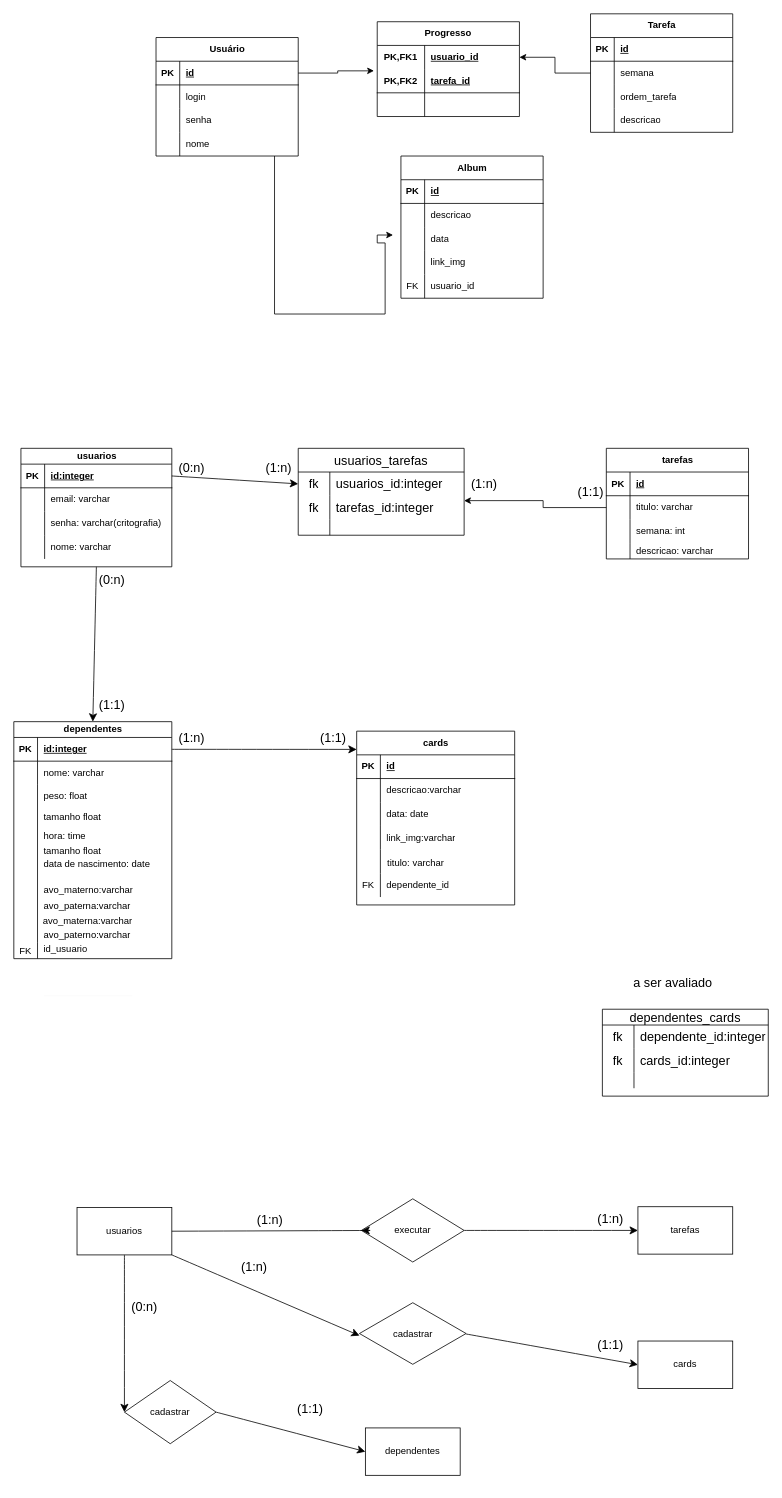
Before: Diagrama sem nome.drawio in manuely32/projeto_integrador_grupo_7, a draw.io diagram. Source tidied: cells renumbered, new cells numbered last; positions are measured from the earlier drawing's top-left corner, leaving out a move shared by most shapes. Both pictures are drawn from the tidied source at 79%, with x=0, y=0 at pixel (13, 13).
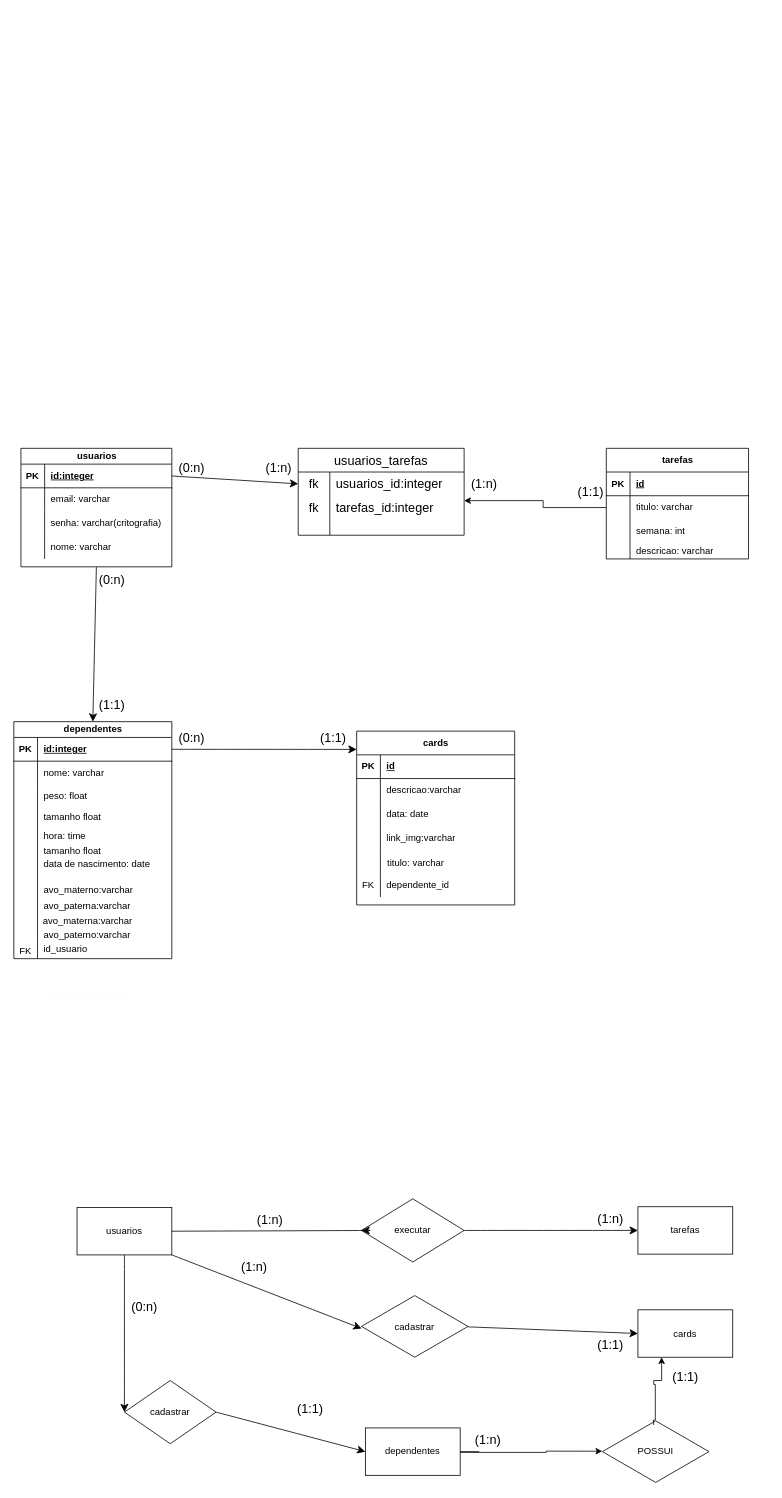
Above is the later version.

Change to the diagram source:
```diff
@@
-    <mxCell id="2" value="Usuário" style="shape=table;startSize=30;childLayout=tableLayout;rowLines=0;fontStyle=1;align=center;html=1;" parent="1" vertex="1">
-      <mxGeometry x="180" y="30" width="180" height="150" as="geometry" />
-    </mxCell>
-    <mxCell id="3" style="shape=tableRow;horizontal=0;startSize=0;swimlaneHead=0;swimlaneBody=0;fillColor=none;points=[[0,0.5],[1,0.5]];portConstraint=eastwest;top=0;left=0;right=0;bottom=1;" parent="2" vertex="1">
-      <mxGeometry y="30" width="180" height="30" as="geometry" />
-    </mxCell>
-    <mxCell id="4" value="PK" style="shape=partialRectangle;fillColor=none;top=0;left=0;bottom=0;right=0;fontStyle=1;overflow=hidden;whiteSpace=wrap;html=1;" parent="3" vertex="1">
-      <mxGeometry width="30" height="30" as="geometry" />
-    </mxCell>
-    <mxCell id="5" value="id" style="shape=partialRectangle;fillColor=none;top=0;left=0;bottom=0;right=0;align=left;spacingLeft=6;fontStyle=5;overflow=hidden;whiteSpace=wrap;html=1;" parent="3" vertex="1">
-      <mxGeometry x="30" width="150" height="30" as="geometry" />
-    </mxCell>
-    <mxCell id="6" style="shape=tableRow;horizontal=0;startSize=0;swimlaneHead=0;swimlaneBody=0;fillColor=none;top=0;left=0;right=0;bottom=0;" parent="2" vertex="1">
-      <mxGeometry y="60" width="180" height="30" as="geometry" />
-    </mxCell>
-    <mxCell id="7" style="shape=partialRectangle;fillColor=none;top=0;left=0;bottom=0;right=0;overflow=hidden;whiteSpace=wrap;html=1;" parent="6" vertex="1">
-      <mxGeometry width="30" height="30" as="geometry" />
-    </mxCell>
-    <mxCell id="8" value="login" style="shape=partialRectangle;fillColor=none;top=0;left=0;bottom=0;right=0;align=left;spacingLeft=6;overflow=hidden;whiteSpace=wrap;html=1;" parent="6" vertex="1">
-      <mxGeometry x="30" width="150" height="30" as="geometry" />
-    </mxCell>
-    <mxCell id="9" style="shape=tableRow;horizontal=0;startSize=0;swimlaneHead=0;swimlaneBody=0;fillColor=none;top=0;left=0;right=0;bottom=0;" parent="2" vertex="1">
-      <mxGeometry y="90" width="180" height="30" as="geometry" />
-    </mxCell>
-    <mxCell id="10" style="shape=partialRectangle;fillColor=none;top=0;left=0;bottom=0;right=0;overflow=hidden;whiteSpace=wrap;html=1;" parent="9" vertex="1">
-      <mxGeometry width="30" height="30" as="geometry" />
-    </mxCell>
-    <mxCell id="11" value="senha" style="shape=partialRectangle;fillColor=none;top=0;left=0;bottom=0;right=0;align=left;spacingLeft=6;overflow=hidden;whiteSpace=wrap;html=1;" parent="9" vertex="1">
-      <mxGeometry x="30" width="150" height="30" as="geometry" />
-    </mxCell>
-    <mxCell id="12" style="shape=tableRow;horizontal=0;startSize=0;swimlaneHead=0;swimlaneBody=0;fillColor=none;points=[[0,0.5],[1,0.5]];portConstraint=eastwest;top=0;left=0;right=0;bottom=0;" parent="2" vertex="1">
-      <mxGeometry y="120" width="180" height="30" as="geometry" />
-    </mxCell>
-    <mxCell id="13" style="shape=partialRectangle;fillColor=none;top=0;left=0;bottom=0;right=0;overflow=hidden;whiteSpace=wrap;html=1;" parent="12" vertex="1">
-      <mxGeometry width="30" height="30" as="geometry" />
-    </mxCell>
-    <mxCell id="14" value="nome" style="shape=partialRectangle;fillColor=none;top=0;left=0;bottom=0;right=0;align=left;spacingLeft=6;overflow=hidden;whiteSpace=wrap;html=1;" parent="12" vertex="1">
-      <mxGeometry x="30" width="150" height="30" as="geometry" />
-    </mxCell>
-    <mxCell id="15" value="Tarefa" style="shape=table;startSize=30;childLayout=tableLayout;rowLines=0;fontStyle=1;align=center;html=1;" parent="1" vertex="1">
-      <mxGeometry x="730" width="180" height="150" as="geometry" />
-    </mxCell>
-    <mxCell id="16" style="shape=tableRow;horizontal=0;startSize=0;swimlaneHead=0;swimlaneBody=0;fillColor=none;top=0;left=0;right=0;bottom=1;" parent="15" vertex="1">
-      <mxGeometry y="30" width="180" height="30" as="geometry" />
-    </mxCell>
-    <mxCell id="17" value="PK" style="shape=partialRectangle;fillColor=none;top=0;left=0;bottom=0;right=0;fontStyle=1;overflow=hidden;whiteSpace=wrap;html=1;" parent="16" vertex="1">
-      <mxGeometry width="30" height="30" as="geometry" />
-    </mxCell>
-    <mxCell id="18" value="id" style="shape=partialRectangle;fillColor=none;top=0;left=0;bottom=0;right=0;align=left;spacingLeft=6;fontStyle=5;overflow=hidden;whiteSpace=wrap;html=1;" parent="16" vertex="1">
-      <mxGeometry x="30" width="150" height="30" as="geometry" />
-    </mxCell>
-    <mxCell id="19" style="shape=tableRow;horizontal=0;startSize=0;swimlaneHead=0;swimlaneBody=0;fillColor=none;points=[[0,0.5],[1,0.5]];portConstraint=eastwest;top=0;left=0;right=0;bottom=0;" parent="15" vertex="1">
-      <mxGeometry y="60" width="180" height="30" as="geometry" />
-    </mxCell>
-    <mxCell id="20" style="shape=partialRectangle;fillColor=none;top=0;left=0;bottom=0;right=0;overflow=hidden;whiteSpace=wrap;html=1;" parent="19" vertex="1">
-      <mxGeometry width="30" height="30" as="geometry" />
-    </mxCell>
-    <mxCell id="21" value="semana" style="shape=partialRectangle;fillColor=none;top=0;left=0;bottom=0;right=0;align=left;spacingLeft=6;overflow=hidden;whiteSpace=wrap;html=1;" parent="19" vertex="1">
-      <mxGeometry x="30" width="150" height="30" as="geometry" />
-    </mxCell>
-    <mxCell id="22" style="shape=tableRow;horizontal=0;startSize=0;swimlaneHead=0;swimlaneBody=0;fillColor=none;top=0;left=0;right=0;bottom=0;" parent="15" vertex="1">
-      <mxGeometry y="90" width="180" height="30" as="geometry" />
-    </mxCell>
-    <mxCell id="23" style="shape=partialRectangle;fillColor=none;top=0;left=0;bottom=0;right=0;overflow=hidden;whiteSpace=wrap;html=1;" parent="22" vertex="1">
-      <mxGeometry width="30" height="30" as="geometry" />
-    </mxCell>
-    <mxCell id="24" value="ordem_tarefa" style="shape=partialRectangle;fillColor=none;top=0;left=0;bottom=0;right=0;align=left;spacingLeft=6;overflow=hidden;whiteSpace=wrap;html=1;" parent="22" vertex="1">
-      <mxGeometry x="30" width="150" height="30" as="geometry" />
-    </mxCell>
-    <mxCell id="25" style="shape=tableRow;horizontal=0;startSize=0;swimlaneHead=0;swimlaneBody=0;fillColor=none;top=0;left=0;right=0;bottom=0;" parent="15" vertex="1">
-      <mxGeometry y="120" width="180" height="30" as="geometry" />
-    </mxCell>
-    <mxCell id="26" style="shape=partialRectangle;fillColor=none;top=0;left=0;bottom=0;right=0;overflow=hidden;whiteSpace=wrap;html=1;" parent="25" vertex="1">
-      <mxGeometry width="30" height="30" as="geometry" />
-    </mxCell>
-    <mxCell id="27" value="descricao" style="shape=partialRectangle;fillColor=none;top=0;left=0;bottom=0;right=0;align=left;spacingLeft=6;overflow=hidden;whiteSpace=wrap;html=1;" parent="25" vertex="1">
-      <mxGeometry x="30" width="150" height="30" as="geometry" />
-    </mxCell>
-    <mxCell id="28" value="Progresso" style="shape=table;startSize=30;childLayout=tableLayout;rowLines=0;fontStyle=1;align=center;html=1;whiteSpace=wrap;" parent="1" vertex="1">
-      <mxGeometry x="460" y="10" width="180" height="120" as="geometry" />
-    </mxCell>
-    <mxCell id="29" style="shape=tableRow;horizontal=0;startSize=0;swimlaneHead=0;swimlaneBody=0;fillColor=none;points=[[0,0.5],[1,0.5]];portConstraint=eastwest;top=0;left=0;right=0;bottom=0;html=1;" parent="28" vertex="1">
-      <mxGeometry y="30" width="180" height="30" as="geometry" />
-    </mxCell>
-    <mxCell id="30" value="PK,FK1" style="shape=partialRectangle;fillColor=none;top=0;left=0;bottom=0;right=0;fontStyle=1;overflow=hidden;html=1;whiteSpace=wrap;" parent="29" vertex="1">
-      <mxGeometry width="60" height="30" as="geometry" />
-    </mxCell>
-    <mxCell id="31" value="usuario_id" style="shape=partialRectangle;fillColor=none;top=0;left=0;bottom=0;right=0;align=left;spacingLeft=6;fontStyle=5;overflow=hidden;html=1;whiteSpace=wrap;" parent="29" vertex="1">
-      <mxGeometry x="60" width="120" height="30" as="geometry" />
-    </mxCell>
-    <mxCell id="32" style="shape=tableRow;horizontal=0;startSize=0;swimlaneHead=0;swimlaneBody=0;fillColor=none;points=[[0,0.5],[1,0.5]];portConstraint=eastwest;top=0;left=0;right=0;bottom=1;html=1;" parent="28" vertex="1">
-      <mxGeometry y="60" width="180" height="30" as="geometry" />
-    </mxCell>
-    <mxCell id="33" value="PK,FK2" style="shape=partialRectangle;fillColor=none;top=0;left=0;bottom=0;right=0;fontStyle=1;overflow=hidden;html=1;whiteSpace=wrap;" parent="32" vertex="1">
-      <mxGeometry width="60" height="30" as="geometry" />
-    </mxCell>
-    <mxCell id="34" value="tarefa_id" style="shape=partialRectangle;fillColor=none;top=0;left=0;bottom=0;right=0;align=left;spacingLeft=6;fontStyle=5;overflow=hidden;html=1;whiteSpace=wrap;" parent="32" vertex="1">
-      <mxGeometry x="60" width="120" height="30" as="geometry" />
-    </mxCell>
-    <mxCell id="35" style="shape=tableRow;horizontal=0;startSize=0;swimlaneHead=0;swimlaneBody=0;fillColor=none;top=0;left=0;right=0;bottom=0;html=1;" parent="28" vertex="1">
-      <mxGeometry y="90" width="180" height="30" as="geometry" />
-    </mxCell>
-    <mxCell id="36" style="shape=partialRectangle;fillColor=none;top=0;left=0;bottom=0;right=0;overflow=hidden;html=1;whiteSpace=wrap;" parent="35" vertex="1">
-      <mxGeometry width="60" height="30" as="geometry" />
-    </mxCell>
-    <mxCell id="37" style="shape=partialRectangle;fillColor=none;top=0;left=0;bottom=0;right=0;align=left;spacingLeft=6;overflow=hidden;html=1;whiteSpace=wrap;" parent="35" vertex="1">
-      <mxGeometry x="60" width="120" height="30" as="geometry" />
-    </mxCell>
-    <mxCell id="38" value="Album" style="shape=table;startSize=30;childLayout=tableLayout;rowLines=0;fontStyle=1;align=center;html=1;" parent="1" vertex="1">
-      <mxGeometry x="490" y="180" width="180" height="180" as="geometry" />
-    </mxCell>
-    <mxCell id="39" style="shape=tableRow;horizontal=0;startSize=0;swimlaneHead=0;swimlaneBody=0;fillColor=none;top=0;left=0;right=0;bottom=1;" parent="38" vertex="1">
-      <mxGeometry y="30" width="180" height="30" as="geometry" />
-    </mxCell>
-    <mxCell id="40" value="PK" style="shape=partialRectangle;fillColor=none;top=0;left=0;bottom=0;right=0;fontStyle=1;overflow=hidden;whiteSpace=wrap;html=1;" parent="39" vertex="1">
-      <mxGeometry width="30" height="30" as="geometry" />
-    </mxCell>
-    <mxCell id="41" value="id" style="shape=partialRectangle;fillColor=none;top=0;left=0;bottom=0;right=0;align=left;spacingLeft=6;fontStyle=5;overflow=hidden;whiteSpace=wrap;html=1;" parent="39" vertex="1">
-      <mxGeometry x="30" width="150" height="30" as="geometry" />
-    </mxCell>
-    <mxCell id="42" style="shape=tableRow;horizontal=0;startSize=0;swimlaneHead=0;swimlaneBody=0;fillColor=none;top=0;left=0;right=0;bottom=0;" parent="38" vertex="1">
-      <mxGeometry y="60" width="180" height="30" as="geometry" />
-    </mxCell>
-    <mxCell id="43" style="shape=partialRectangle;fillColor=none;top=0;left=0;bottom=0;right=0;overflow=hidden;whiteSpace=wrap;html=1;" parent="42" vertex="1">
-      <mxGeometry width="30" height="30" as="geometry" />
-    </mxCell>
-    <mxCell id="44" value="descricao" style="shape=partialRectangle;fillColor=none;top=0;left=0;bottom=0;right=0;align=left;spacingLeft=6;overflow=hidden;whiteSpace=wrap;html=1;" parent="42" vertex="1">
-      <mxGeometry x="30" width="150" height="30" as="geometry" />
-    </mxCell>
-    <mxCell id="45" style="shape=tableRow;horizontal=0;startSize=0;swimlaneHead=0;swimlaneBody=0;fillColor=none;top=0;left=0;right=0;bottom=0;" parent="38" vertex="1">
-      <mxGeometry y="90" width="180" height="30" as="geometry" />
-    </mxCell>
-    <mxCell id="46" style="shape=partialRectangle;fillColor=none;top=0;left=0;bottom=0;right=0;overflow=hidden;whiteSpace=wrap;html=1;" parent="45" vertex="1">
-      <mxGeometry width="30" height="30" as="geometry" />
-    </mxCell>
-    <mxCell id="47" value="data" style="shape=partialRectangle;fillColor=none;top=0;left=0;bottom=0;right=0;align=left;spacingLeft=6;overflow=hidden;whiteSpace=wrap;html=1;" parent="45" vertex="1">
-      <mxGeometry x="30" width="150" height="30" as="geometry" />
-    </mxCell>
-    <mxCell id="48" style="shape=tableRow;horizontal=0;startSize=0;swimlaneHead=0;swimlaneBody=0;fillColor=none;top=0;left=0;right=0;bottom=0;" parent="38" vertex="1">
-      <mxGeometry y="120" width="180" height="30" as="geometry" />
-    </mxCell>
-    <mxCell id="49" style="shape=partialRectangle;fillColor=none;top=0;left=0;bottom=0;right=0;overflow=hidden;whiteSpace=wrap;html=1;" parent="48" vertex="1">
-      <mxGeometry width="30" height="30" as="geometry" />
-    </mxCell>
-    <mxCell id="50" value="link_img" style="shape=partialRectangle;fillColor=none;top=0;left=0;bottom=0;right=0;align=left;spacingLeft=6;overflow=hidden;whiteSpace=wrap;html=1;" parent="48" vertex="1">
-      <mxGeometry x="30" width="150" height="30" as="geometry" />
-    </mxCell>
-    <mxCell id="51" style="shape=tableRow;horizontal=0;startSize=0;swimlaneHead=0;swimlaneBody=0;fillColor=none;top=0;left=0;right=0;bottom=0;" parent="38" vertex="1">
-      <mxGeometry y="150" width="180" height="30" as="geometry" />
-    </mxCell>
-    <mxCell id="52" value="FK" style="shape=partialRectangle;fillColor=none;top=0;left=0;bottom=0;right=0;overflow=hidden;whiteSpace=wrap;html=1;" parent="51" vertex="1">
-      <mxGeometry width="30" height="30" as="geometry" />
-    </mxCell>
-    <mxCell id="53" value="usuario_id" style="shape=partialRectangle;fillColor=none;top=0;left=0;bottom=0;right=0;align=left;spacingLeft=6;overflow=hidden;whiteSpace=wrap;html=1;" parent="51" vertex="1">
-      <mxGeometry x="30" width="150" height="30" as="geometry" />
-    </mxCell>
-    <mxCell id="54" style="edgeStyle=orthogonalEdgeStyle;rounded=0;jettySize=auto;html=1;entryX=-0.023;entryY=0.073;entryDx=0;entryDy=0;entryPerimeter=0;" parent="1" edge="1" source="3" target="32">
-      <mxGeometry relative="1" as="geometry" />
-    </mxCell>
-    <mxCell id="55" style="edgeStyle=orthogonalEdgeStyle;rounded=0;jettySize=auto;html=1;" parent="1" edge="1" source="19" target="29">
-      <mxGeometry relative="1" as="geometry" />
-    </mxCell>
-    <mxCell id="56" style="edgeStyle=orthogonalEdgeStyle;rounded=0;jettySize=auto;html=1;" parent="1" edge="1" source="12">
-      <mxGeometry relative="1" as="geometry">
-        <mxPoint x="480" y="280" as="targetPoint" />
-        <Array as="points">
-          <mxPoint x="330" y="380" />
-          <mxPoint x="470" y="380" />
-          <mxPoint x="470" y="290" />
-          <mxPoint x="460" y="290" />
-          <mxPoint x="460" y="280" />
-        </Array>
-      </mxGeometry>
-    </mxCell>
@@
-    <mxCell id="97" value="dependentes_cards" style="shape=table;startSize=20;childLayout=tableLayout;rowLines=0;fontStyle=0;strokeColor=default;fontSize=16;" parent="1" vertex="1">
-      <mxGeometry x="745" y="1260" width="210" height="110" as="geometry" />
-    </mxCell>
-    <mxCell id="98" style="shape=tableRow;horizontal=0;startSize=0;swimlaneHead=0;swimlaneBody=0;top=0;left=0;bottom=0;right=0;fillColor=none;strokeColor=inherit;fontSize=16;" parent="97" vertex="1">
-      <mxGeometry y="20" width="210" height="30" as="geometry" />
-    </mxCell>
-    <mxCell id="99" value="fk" style="shape=partialRectangle;html=1;whiteSpace=wrap;fillColor=none;top=0;left=0;bottom=0;right=0;overflow=hidden;strokeColor=inherit;fontSize=16;" parent="98" vertex="1">
-      <mxGeometry width="40" height="30" as="geometry" />
-    </mxCell>
-    <mxCell id="100" value="dependente_id:integer" style="shape=partialRectangle;html=1;whiteSpace=wrap;fillColor=none;top=0;left=0;bottom=0;right=0;align=left;spacingLeft=6;overflow=hidden;strokeColor=inherit;fontSize=16;" parent="98" vertex="1">
-      <mxGeometry x="40" width="170" height="30" as="geometry" />
-    </mxCell>
-    <mxCell id="101" style="shape=tableRow;horizontal=0;startSize=0;swimlaneHead=0;swimlaneBody=0;top=0;left=0;bottom=0;right=0;fillColor=none;strokeColor=inherit;fontSize=16;" parent="97" vertex="1">
-      <mxGeometry y="50" width="210" height="30" as="geometry" />
-    </mxCell>
-    <mxCell id="102" value="fk" style="shape=partialRectangle;html=1;whiteSpace=wrap;fillColor=none;top=0;left=0;bottom=0;right=0;overflow=hidden;strokeColor=inherit;fontSize=16;" parent="101" vertex="1">
-      <mxGeometry width="40" height="30" as="geometry" />
-    </mxCell>
-    <mxCell id="103" value="cards_id:integer" style="shape=partialRectangle;html=1;whiteSpace=wrap;fillColor=none;top=0;left=0;bottom=0;right=0;align=left;spacingLeft=6;overflow=hidden;strokeColor=inherit;fontSize=16;" parent="101" vertex="1">
-      <mxGeometry x="40" width="170" height="30" as="geometry" />
-    </mxCell>
-    <mxCell id="104" style="shape=tableRow;horizontal=0;startSize=0;swimlaneHead=0;swimlaneBody=0;top=0;left=0;bottom=0;right=0;fillColor=none;points=[[0,0.5],[1,0.5]];portConstraint=eastwest;strokeColor=inherit;fontSize=16;" parent="97" vertex="1">
-      <mxGeometry y="80" width="210" height="20" as="geometry" />
-    </mxCell>
-    <mxCell id="105" style="shape=partialRectangle;html=1;whiteSpace=wrap;fillColor=none;top=0;left=0;bottom=0;right=0;overflow=hidden;strokeColor=inherit;fontSize=16;" parent="104" vertex="1">
-      <mxGeometry width="40" height="20" as="geometry" />
-    </mxCell>
-    <mxCell id="106" style="shape=partialRectangle;html=1;whiteSpace=wrap;fillColor=none;top=0;left=0;bottom=0;right=0;align=left;spacingLeft=6;overflow=hidden;strokeColor=inherit;fontSize=16;" parent="104" vertex="1">
-      <mxGeometry x="40" width="170" height="20" as="geometry" />
-    </mxCell>
-    <mxCell id="107" style="edgeStyle=none;curved=1;rounded=0;orthogonalLoop=1;jettySize=auto;html=1;entryX=0;entryY=0.5;entryDx=0;entryDy=0;fontSize=12;startSize=8;endSize=8;" parent="97" edge="1" source="104" target="104">
-      <mxGeometry relative="1" as="geometry" />
-    </mxCell>
@@
     <mxCell id="113" value="cards" style="rounded=0;whiteSpace=wrap;html=1;" parent="1" vertex="1">
-      <mxGeometry x="790" y="1680" width="120" height="60" as="geometry" />
+      <mxGeometry x="790" y="1640.5" width="120" height="60" as="geometry" />
     </mxCell>
@@
-    <mxCell id="147" value="(1:n)" style="text;html=1;align=center;verticalAlign=middle;strokeColor=none;fillColor=none;fontSize=16;" parent="1" vertex="1">
+    <mxCell id="147" value="(0:n)" style="text;html=1;align=center;verticalAlign=middle;strokeColor=none;fillColor=none;fontSize=16;" parent="1" vertex="1">
       <mxGeometry x="195" y="901" width="60" height="30" as="geometry" />
     </mxCell>
@@
-    <mxCell id="154" value="a ser avaliado" style="text;html=1;align=center;verticalAlign=middle;strokeColor=none;fillColor=none;fontSize=16;" parent="1" vertex="1">
-      <mxGeometry x="774" y="1211" width="120" height="30" as="geometry" />
-    </mxCell>
+    <mxCell id="182" style="edgeStyle=orthogonalEdgeStyle;rounded=0;jettySize=auto;html=1;entryX=-0.001;entryY=0.493;entryDx=0;entryDy=0;entryPerimeter=0;" parent="1" edge="1" target="183">
+      <mxGeometry relative="1" as="geometry">
+        <mxPoint x="589" y="1820" as="sourcePoint" />
+        <Array as="points">
+          <mxPoint x="565" y="1820" />
+          <mxPoint x="565" y="1821" />
+          <mxPoint x="674" y="1821" />
+          <mxPoint x="674" y="1819" />
+        </Array>
+      </mxGeometry>
+    </mxCell>
@@
     <mxCell id="158" value="cadastrar" style="html=1;whiteSpace=wrap;shape=isoRectangle;" parent="1" vertex="1">
-      <mxGeometry x="437.5" y="1630" width="135" height="81" as="geometry" />
+      <mxGeometry x="440" y="1621" width="135" height="81" as="geometry" />
     </mxCell>
@@
+    <mxCell id="183" value="POSSUI" style="html=1;whiteSpace=wrap;shape=isoRectangle;" parent="1" vertex="1">
+      <mxGeometry x="745" y="1779.5" width="135" height="81" as="geometry" />
+    </mxCell>
+    <mxCell id="184" style="edgeStyle=orthogonalEdgeStyle;rounded=0;jettySize=auto;html=1;exitX=0.479;exitY=0.082;exitDx=0;exitDy=0;exitPerimeter=0;entryX=0.25;entryY=1;entryDx=0;entryDy=0;" parent="1" edge="1" source="183" target="113">
+      <mxGeometry relative="1" as="geometry">
+        <Array as="points">
+          <mxPoint x="810" y="1780" />
+          <mxPoint x="812" y="1780" />
+          <mxPoint x="812" y="1735" />
+          <mxPoint x="810" y="1735" />
+          <mxPoint x="810" y="1730" />
+          <mxPoint x="820" y="1730" />
+        </Array>
+      </mxGeometry>
+    </mxCell>
+    <mxCell id="185" value="(1:n)" style="text;html=1;align=center;verticalAlign=middle;strokeColor=none;fillColor=none;fontSize=16;" parent="1" vertex="1">
+      <mxGeometry x="570" y="1790" width="60" height="30" as="geometry" />
+    </mxCell>
+    <mxCell id="186" value="(1:1)" style="text;html=1;align=center;verticalAlign=middle;strokeColor=none;fillColor=none;fontSize=16;" parent="1" vertex="1">
+      <mxGeometry x="820" y="1710" width="60" height="30" as="geometry" />
+    </mxCell>
```
